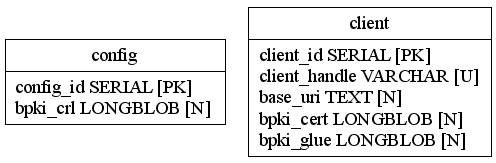
This is rpkid.without_tls/doc/pubd.png from dragonresearch/rpki.net, a Graphviz export, as it was before one commit. Its source is kept beside it as rpkid.without_tls/doc/pubd.dot. The source it was exported from:
```dot

digraph test {
	edge [arrowtail=none, arrowhead=crow];
	graph [ratio=fill, overlap=false];
	node [label="\N", fillcolor=white, shape=record, style=filled];
	node1 [label="{config\n|config_id\ SERIAL\ [PK]\lbpki_crl\ LONGBLOB\ [N]\l}"];
	node2 [label="{client\n|client_id\ SERIAL\ [PK]\lclient_handle\ VARCHAR\ [U]\lbase_uri\ TEXT\ [N]\lbpki_cert\ LONGBLOB\ [N]\lbpki_glue\ LONGBLOB\ [N]\l}"];
}
```
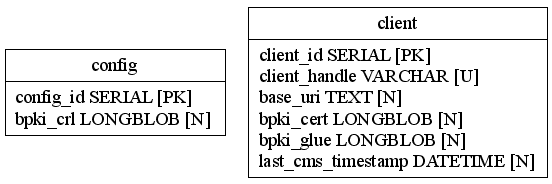
The same file after the commit.

Diff of the diagram source:
```diff
@@ -4,5 +4,5 @@
 	graph [ratio=fill, overlap=false];
 	node [label="\N", fillcolor=white, shape=record, style=filled];
 	node1 [label="{config\n|config_id\ SERIAL\ [PK]\lbpki_crl\ LONGBLOB\ [N]\l}"];
-	node2 [label="{client\n|client_id\ SERIAL\ [PK]\lclient_handle\ VARCHAR\ [U]\lbase_uri\ TEXT\ [N]\lbpki_cert\ LONGBLOB\ [N]\lbpki_glue\ LONGBLOB\ [N]\l}"];
+	node2 [label="{client\n|client_id\ SERIAL\ [PK]\lclient_handle\ VARCHAR\ [U]\lbase_uri\ TEXT\ [N]\lbpki_cert\ LONGBLOB\ [N]\lbpki_glue\ LONGBLOB\ [N]\llast_cms_timestamp\ DATETIME\ [N]\l}"];
 }
```
